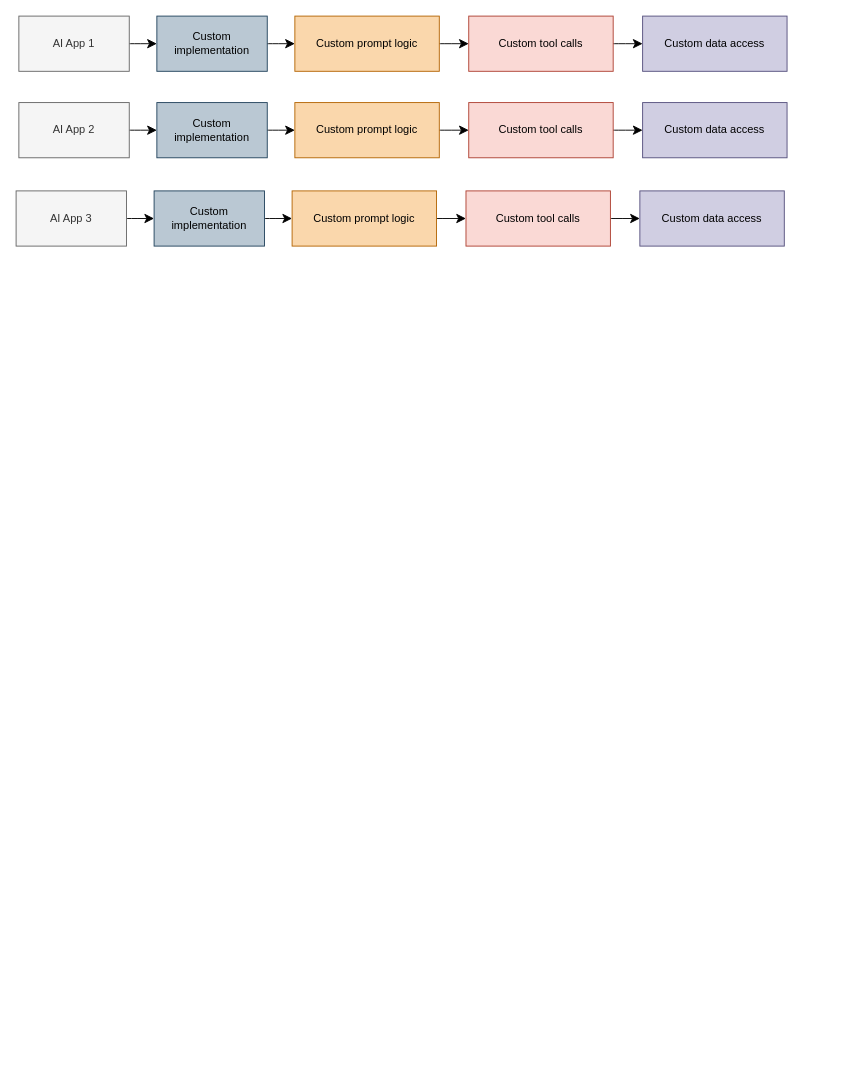
Before: MCP.drawio in YChaoWang/techblog_factory, a draw.io diagram. Source tidied: cells renumbered, new cells numbered last; positions are measured from the earlier drawing's top-left corner, leaving out a move shared by most shapes. Both pictures are drawn from the tidied source at 92%, with x=0, y=0 at pixel (16, 16).
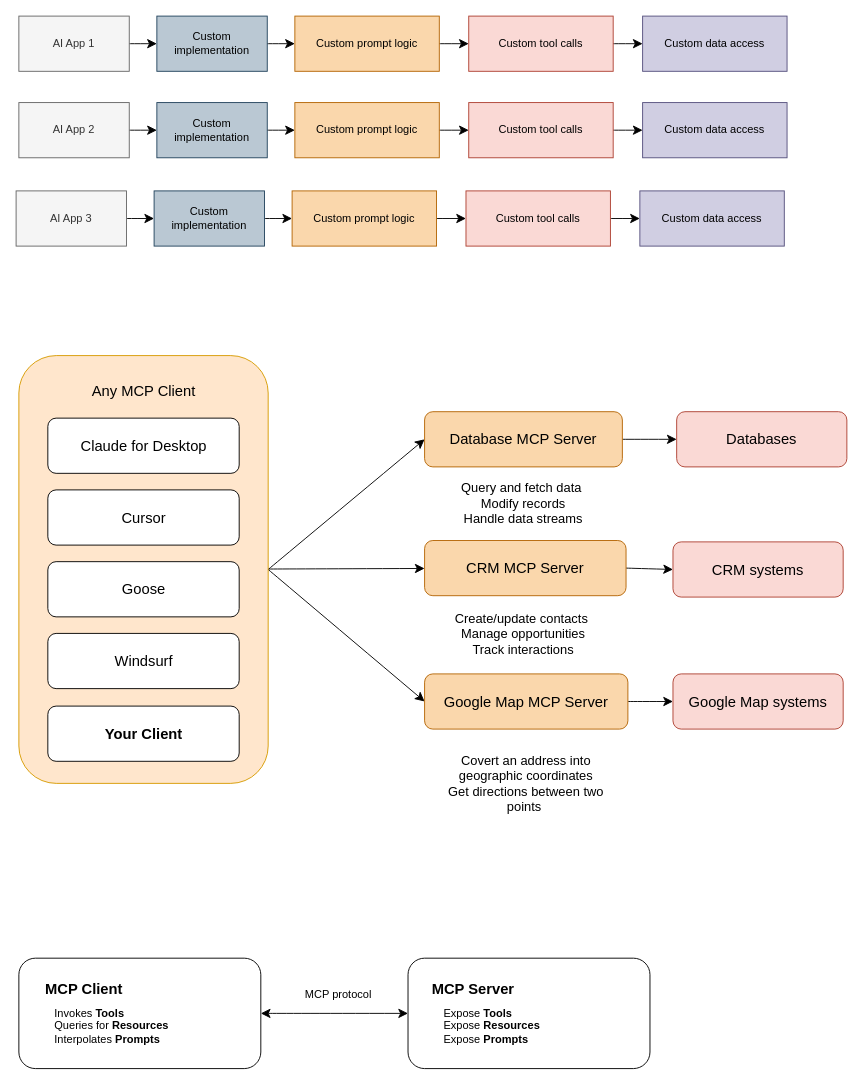
The same page after the edit.

The edit, as a diff of the source:
```diff
@@
+    <mxCell id="29" style="edgeStyle=none;curved=1;rounded=0;jettySize=auto;html=1;exitX=1;exitY=0.5;exitDx=0;exitDy=0;entryX=0;entryY=0.5;entryDx=0;entryDy=0;fontSize=12;startSize=8;endSize=8;" parent="1" edge="1" source="32" target="40">
+      <mxGeometry relative="1" as="geometry" />
+    </mxCell>
+    <mxCell id="30" style="edgeStyle=none;curved=1;rounded=0;jettySize=auto;html=1;fontSize=12;startSize=8;endSize=8;" parent="1" edge="1" source="32" target="42">
+      <mxGeometry relative="1" as="geometry" />
+    </mxCell>
+    <mxCell id="31" style="edgeStyle=none;curved=1;rounded=0;jettySize=auto;html=1;exitX=1;exitY=0.5;exitDx=0;exitDy=0;entryX=0;entryY=0.5;entryDx=0;entryDy=0;fontSize=12;startSize=8;endSize=8;" parent="1" edge="1" source="32" target="44">
+      <mxGeometry relative="1" as="geometry" />
+    </mxCell>
+    <mxCell id="32" style="rounded=1;whiteSpace=wrap;html=1;fillColor=#ffe6cc;strokeColor=#d79b00;" parent="1" vertex="1">
+      <mxGeometry x="3" y="369" width="271" height="465" as="geometry" />
+    </mxCell>
+    <mxCell id="33" value="Claude for Desktop" style="rounded=1;whiteSpace=wrap;html=1;fontSize=16;" parent="1" vertex="1">
+      <mxGeometry x="34.5" y="437" width="208" height="60" as="geometry" />
+    </mxCell>
+    <mxCell id="34" value="Cursor" style="rounded=1;whiteSpace=wrap;html=1;fontSize=16;" parent="1" vertex="1">
+      <mxGeometry x="34.5" y="515" width="208" height="60" as="geometry" />
+    </mxCell>
+    <mxCell id="35" value="Goose" style="rounded=1;whiteSpace=wrap;html=1;fontSize=16;" parent="1" vertex="1">
+      <mxGeometry x="34.5" y="593" width="208" height="60" as="geometry" />
+    </mxCell>
+    <mxCell id="36" value="Windsurf" style="rounded=1;whiteSpace=wrap;html=1;fontSize=16;" parent="1" vertex="1">
+      <mxGeometry x="34.5" y="671" width="208" height="60" as="geometry" />
+    </mxCell>
+    <mxCell id="37" value="&lt;b&gt;Your Client&lt;/b&gt;" style="rounded=1;whiteSpace=wrap;html=1;fontSize=16;" parent="1" vertex="1">
+      <mxGeometry x="34.5" y="750" width="208" height="60" as="geometry" />
+    </mxCell>
+    <mxCell id="38" value="Any MCP Client" style="text;strokeColor=none;fillColor=none;html=1;align=center;verticalAlign=middle;whiteSpace=wrap;rounded=0;fontSize=16;" parent="1" vertex="1">
+      <mxGeometry x="72.8" y="392" width="131.5" height="30" as="geometry" />
+    </mxCell>
+    <mxCell id="39" style="edgeStyle=none;curved=1;rounded=0;jettySize=auto;html=1;exitX=1;exitY=0.5;exitDx=0;exitDy=0;entryX=0;entryY=0.5;entryDx=0;entryDy=0;fontSize=12;startSize=8;endSize=8;" parent="1" edge="1" source="40" target="45">
+      <mxGeometry relative="1" as="geometry" />
+    </mxCell>
+    <mxCell id="40" value="Database MCP Server" style="rounded=1;whiteSpace=wrap;html=1;fontSize=16;fillColor=#fad7ac;strokeColor=#b46504;" parent="1" vertex="1">
+      <mxGeometry x="444" y="430" width="215" height="60" as="geometry" />
+    </mxCell>
+    <mxCell id="41" style="edgeStyle=none;curved=1;rounded=0;jettySize=auto;html=1;exitX=1;exitY=0.5;exitDx=0;exitDy=0;entryX=0;entryY=0.5;entryDx=0;entryDy=0;fontSize=12;startSize=8;endSize=8;" parent="1" edge="1" source="42" target="46">
+      <mxGeometry relative="1" as="geometry" />
+    </mxCell>
+    <mxCell id="42" value="CRM MCP Server" style="rounded=1;whiteSpace=wrap;html=1;fontSize=16;fillColor=#fad7ac;strokeColor=#b46504;" parent="1" vertex="1">
+      <mxGeometry x="444" y="570" width="219" height="60" as="geometry" />
+    </mxCell>
+    <mxCell id="43" style="edgeStyle=none;curved=1;rounded=0;jettySize=auto;html=1;exitX=1;exitY=0.5;exitDx=0;exitDy=0;entryX=0;entryY=0.5;entryDx=0;entryDy=0;fontSize=12;startSize=8;endSize=8;" parent="1" edge="1" source="44" target="47">
+      <mxGeometry relative="1" as="geometry" />
+    </mxCell>
+    <mxCell id="44" value="Google Map MCP Server" style="rounded=1;whiteSpace=wrap;html=1;fontSize=16;fillColor=#fad7ac;strokeColor=#b46504;" parent="1" vertex="1">
+      <mxGeometry x="444" y="715" width="221" height="60" as="geometry" />
+    </mxCell>
+    <mxCell id="45" value="Databases" style="rounded=1;whiteSpace=wrap;html=1;fontSize=16;fillColor=#fad9d5;strokeColor=#ae4132;" parent="1" vertex="1">
+      <mxGeometry x="718" y="430" width="185" height="60" as="geometry" />
+    </mxCell>
+    <mxCell id="46" value="CRM systems" style="rounded=1;whiteSpace=wrap;html=1;fontSize=16;fillColor=#fad9d5;strokeColor=#ae4132;" parent="1" vertex="1">
+      <mxGeometry x="714" y="571.5" width="185" height="60" as="geometry" />
+    </mxCell>
+    <mxCell id="47" value="Google Map systems" style="rounded=1;whiteSpace=wrap;html=1;fontSize=16;fillColor=#fad9d5;strokeColor=#ae4132;" parent="1" vertex="1">
+      <mxGeometry x="714" y="715" width="185" height="60" as="geometry" />
+    </mxCell>
+    <mxCell id="48" value="Query and fetch data&amp;nbsp;&lt;div&gt;Modify records&lt;/div&gt;&lt;div&gt;Handle data streams&lt;/div&gt;" style="text;strokeColor=none;fillColor=none;html=1;align=center;verticalAlign=middle;whiteSpace=wrap;rounded=0;fontSize=14;" parent="1" vertex="1">
+      <mxGeometry x="469" y="500" width="165" height="60" as="geometry" />
+    </mxCell>
+    <mxCell id="49" value="Create/update contacts&amp;nbsp;&lt;div&gt;Manage opportunities&lt;/div&gt;&lt;div&gt;Track interactions&lt;/div&gt;" style="text;strokeColor=none;fillColor=none;html=1;align=center;verticalAlign=middle;whiteSpace=wrap;rounded=0;fontSize=14;" parent="1" vertex="1">
+      <mxGeometry x="456" y="642" width="191" height="60" as="geometry" />
+    </mxCell>
+    <mxCell id="50" value="Covert an address into geographic coordinates&lt;div&gt;Get directions between two points&amp;nbsp;&lt;/div&gt;" style="text;strokeColor=none;fillColor=none;html=1;align=center;verticalAlign=middle;whiteSpace=wrap;rounded=0;fontSize=14;" parent="1" vertex="1">
+      <mxGeometry x="459" y="788" width="191" height="91" as="geometry" />
+    </mxCell>
+    <mxCell id="51" style="edgeStyle=none;curved=1;rounded=0;jettySize=auto;html=1;exitX=1;exitY=0.5;exitDx=0;exitDy=0;fontSize=12;startSize=8;endSize=8;startArrow=classic;startFill=1;" parent="1" edge="1" source="52" target="55">
+      <mxGeometry relative="1" as="geometry" />
+    </mxCell>
+    <mxCell id="52" style="rounded=1;whiteSpace=wrap;html=1;fontSize=16;" parent="1" vertex="1">
+      <mxGeometry x="3" y="1024" width="263" height="120" as="geometry" />
+    </mxCell>
+    <mxCell id="53" value="MCP Client" style="text;html=1;align=center;verticalAlign=middle;whiteSpace=wrap;rounded=0;fontStyle=1;fontSize=16;" parent="1" vertex="1">
+      <mxGeometry x="26.5" y="1042" width="94" height="30" as="geometry" />
+    </mxCell>
+    <mxCell id="54" value="Invokes &lt;b&gt;Tools&lt;/b&gt;&lt;div&gt;Queries for &lt;b&gt;Resources&amp;nbsp;&lt;/b&gt;&lt;/div&gt;&lt;div&gt;Interpolates &lt;b&gt;Prompts&lt;/b&gt;&lt;/div&gt;" style="text;html=1;align=left;verticalAlign=middle;whiteSpace=wrap;rounded=0;" parent="1" vertex="1">
+      <mxGeometry x="40" y="1074" width="174" height="47" as="geometry" />
+    </mxCell>
+    <mxCell id="55" style="rounded=1;whiteSpace=wrap;html=1;fontSize=16;" parent="1" vertex="1">
+      <mxGeometry x="426" y="1024" width="263" height="120" as="geometry" />
+    </mxCell>
+    <mxCell id="56" value="MCP Server" style="text;html=1;align=center;verticalAlign=middle;whiteSpace=wrap;rounded=0;fontStyle=1;fontSize=16;" parent="1" vertex="1">
+      <mxGeometry x="449.5" y="1042" width="94" height="30" as="geometry" />
+    </mxCell>
+    <mxCell id="57" value="Expose &lt;b&gt;Tools&lt;/b&gt;&lt;div&gt;&lt;span style=&quot;background-color: transparent; color: light-dark(rgb(0, 0, 0), rgb(255, 255, 255));&quot;&gt;Expose &lt;b&gt;Resources&amp;nbsp;&lt;/b&gt;&lt;/span&gt;&lt;div&gt;Expose &lt;b&gt;Prompts&lt;/b&gt;&lt;/div&gt;&lt;/div&gt;" style="text;html=1;align=left;verticalAlign=middle;whiteSpace=wrap;rounded=0;" parent="1" vertex="1">
+      <mxGeometry x="463" y="1074" width="174" height="47" as="geometry" />
+    </mxCell>
+    <mxCell id="58" value="MCP protocol" style="text;html=1;align=center;verticalAlign=middle;whiteSpace=wrap;rounded=0;" parent="1" vertex="1">
+      <mxGeometry x="300" y="1049" width="101" height="30" as="geometry" />
+    </mxCell>
```
